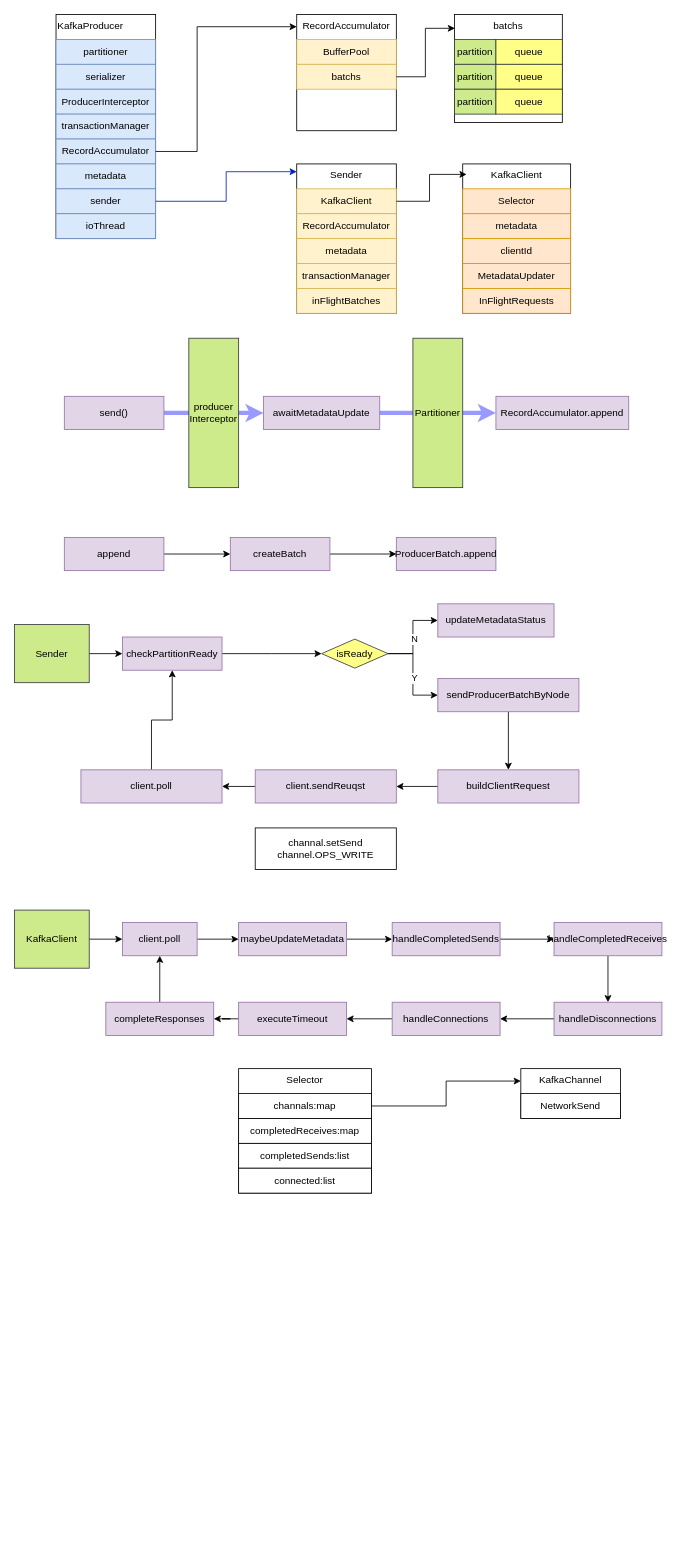
Above: draw/kafka/myKafka.drawio in BxcGit/draw (draw.io), before the change. Source tidied: cells renumbered, new cells numbered last; positions are measured from the earlier drawing's top-left corner, leaving out a move shared by most shapes. Both pictures are drawn from the tidied source at 83%, with x=0, y=0 at pixel (14, 14).
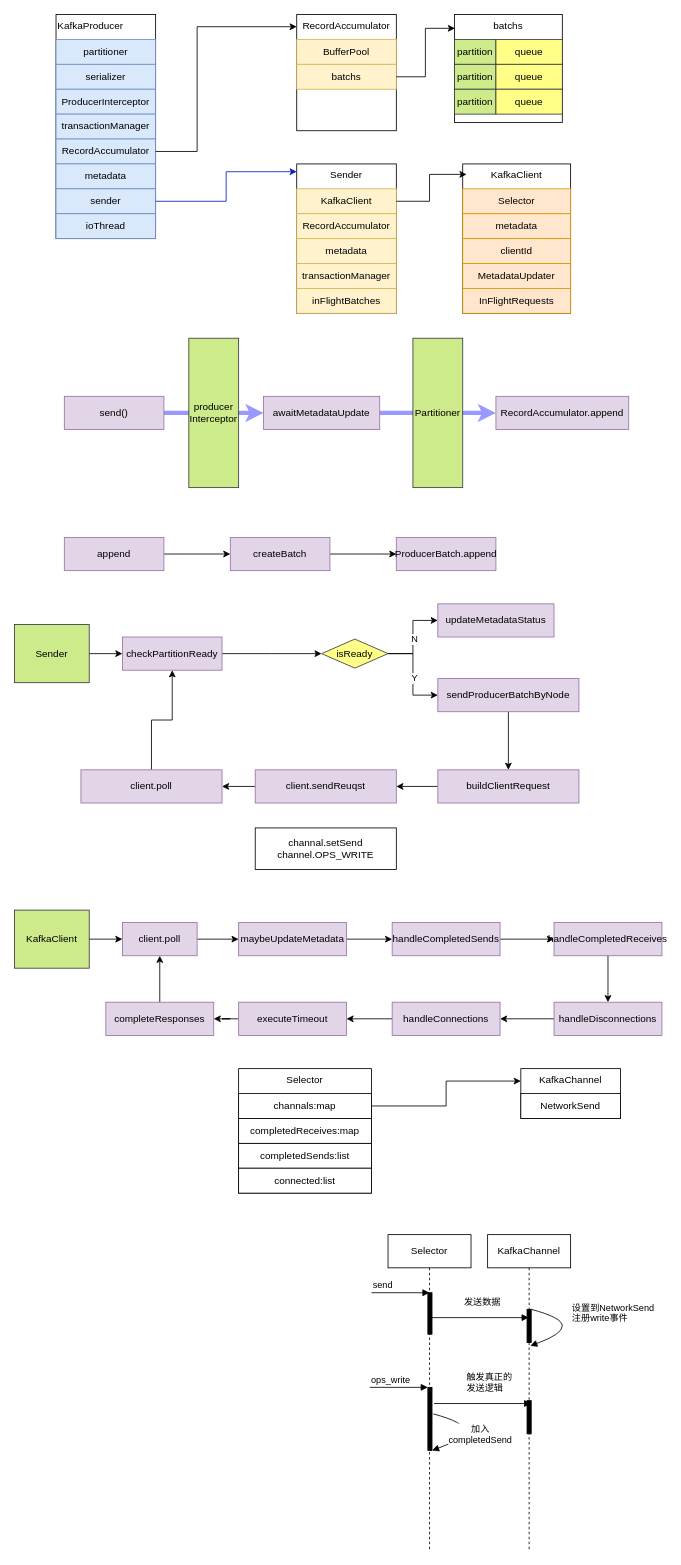
The same diagram, later.

Change to the diagram source:
```diff
@@
+    <mxCell id="94" value="Selector" style="shape=umlLifeline;perimeter=lifelinePerimeter;whiteSpace=wrap;html=1;newEdgeStyle={&quot;edgeStyle&quot;:&quot;elbowEdgeStyle&quot;,&quot;elbow&quot;:&quot;vertical&quot;,&quot;curved&quot;:0,&quot;rounded&quot;:0};" parent="1" vertex="1">
+      <mxGeometry x="450" y="1470" width="100" height="380" as="geometry" />
+    </mxCell>
+    <mxCell id="95" value="KafkaChannel" style="shape=umlLifeline;perimeter=lifelinePerimeter;whiteSpace=wrap;html=1;outlineConnect=0;portConstraint=eastwest;newEdgeStyle={&quot;edgeStyle&quot;:&quot;elbowEdgeStyle&quot;,&quot;elbow&quot;:&quot;vertical&quot;,&quot;curved&quot;:0,&quot;rounded&quot;:0};" parent="1" vertex="1">
+      <mxGeometry x="570" y="1470" width="100" height="380" as="geometry" />
+    </mxCell>
+    <mxCell id="96" style="html=1;perimeter=orthogonalPerimeter;fillColor=strokeColor;" parent="1" vertex="1">
+      <mxGeometry x="498" y="1540" width="5" height="50" as="geometry" />
+    </mxCell>
+    <mxCell id="97" value="send" style="html=1;verticalAlign=bottom;labelBackgroundColor=none;endArrow=block;endFill=1;endSize=6;align=left;rounded=0;" parent="1" edge="1">
+      <mxGeometry x="-1" relative="1" as="geometry">
+        <mxPoint x="430" y="1540" as="sourcePoint" />
+        <mxPoint x="500" y="1540" as="targetPoint" />
+      </mxGeometry>
+    </mxCell>
+    <mxCell id="98" style="html=1;points=[];perimeter=orthogonalPerimeter;fillColor=strokeColor;" parent="1" vertex="1">
+      <mxGeometry x="617.5" y="1560" width="5" height="40" as="geometry" />
+    </mxCell>
+    <mxCell id="99" value="发送数据" style="html=1;verticalAlign=bottom;labelBackgroundColor=none;endArrow=block;endFill=1;endSize=6;align=left;rounded=0;" parent="1" edge="1" target="95">
+      <mxGeometry x="-0.36" y="10" relative="1" as="geometry">
+        <mxPoint x="503" y="1570" as="sourcePoint" />
+      </mxGeometry>
+    </mxCell>
+    <mxCell id="100" value="设置到NetworkSend&lt;div&gt;注册write事件&lt;/div&gt;" style="html=1;verticalAlign=bottom;labelBackgroundColor=none;endArrow=block;endFill=1;endSize=6;align=left;rounded=0;entryX=0.767;entryY=1.1;entryDx=0;entryDy=0;entryPerimeter=0;curved=1;" parent="1" edge="1" target="98">
+      <mxGeometry x="-0.02" y="10" relative="1" as="geometry">
+        <mxPoint x="622.5" y="1560" as="sourcePoint" />
+        <Array as="points">
+          <mxPoint x="660" y="1570" />
+          <mxPoint x="660" y="1590" />
+        </Array>
+      </mxGeometry>
+    </mxCell>
+    <mxCell id="101" style="html=1;perimeter=orthogonalPerimeter;fillColor=strokeColor;" parent="1" vertex="1">
+      <mxGeometry x="498" y="1654" width="5" height="76" as="geometry" />
+    </mxCell>
+    <mxCell id="102" value="ops_write" style="html=1;verticalAlign=bottom;labelBackgroundColor=none;endArrow=block;endFill=1;endSize=6;align=left;rounded=0;" parent="1" edge="1">
+      <mxGeometry x="-1" relative="1" as="geometry">
+        <mxPoint x="428" y="1654" as="sourcePoint" />
+        <mxPoint x="498" y="1654" as="targetPoint" />
+      </mxGeometry>
+    </mxCell>
+    <mxCell id="103" style="html=1;perimeter=orthogonalPerimeter;fillColor=strokeColor;" parent="1" vertex="1">
+      <mxGeometry x="617.5" y="1670" width="5" height="40" as="geometry" />
+    </mxCell>
+    <mxCell id="104" value="触发真正的&lt;div&gt;发送逻辑&lt;/div&gt;" style="html=1;verticalAlign=bottom;labelBackgroundColor=none;endArrow=block;endFill=1;endSize=6;align=left;rounded=0;" parent="1" edge="1">
+      <mxGeometry x="-0.36" y="10" relative="1" as="geometry">
+        <mxPoint x="505.5" y="1673.5" as="sourcePoint" />
+        <mxPoint x="622.5" y="1673.5" as="targetPoint" />
+      </mxGeometry>
+    </mxCell>
+    <mxCell id="105" style="html=1;verticalAlign=bottom;labelBackgroundColor=none;endArrow=block;endFill=1;endSize=6;align=left;rounded=0;entryX=0.767;entryY=1.1;entryDx=0;entryDy=0;entryPerimeter=0;curved=1;" parent="1" edge="1">
+      <mxGeometry x="0.77" y="11" relative="1" as="geometry">
+        <mxPoint x="504.5" y="1686" as="sourcePoint" />
+        <mxPoint x="503" y="1730" as="targetPoint" />
+        <Array as="points">
+          <mxPoint x="542" y="1696" />
+          <mxPoint x="542" y="1716" />
+        </Array>
+        <mxPoint y="-1" as="offset" />
+      </mxGeometry>
+    </mxCell>
+    <mxCell id="106" value="&lt;div&gt;加入&lt;/div&gt;completedSend" style="edgeLabel;html=1;align=center;verticalAlign=middle;" parent="105" vertex="1">
+      <mxGeometry x="0.04" y="1" relative="1" as="geometry">
+        <mxPoint x="17" y="1" as="offset" />
+      </mxGeometry>
+    </mxCell>
```
